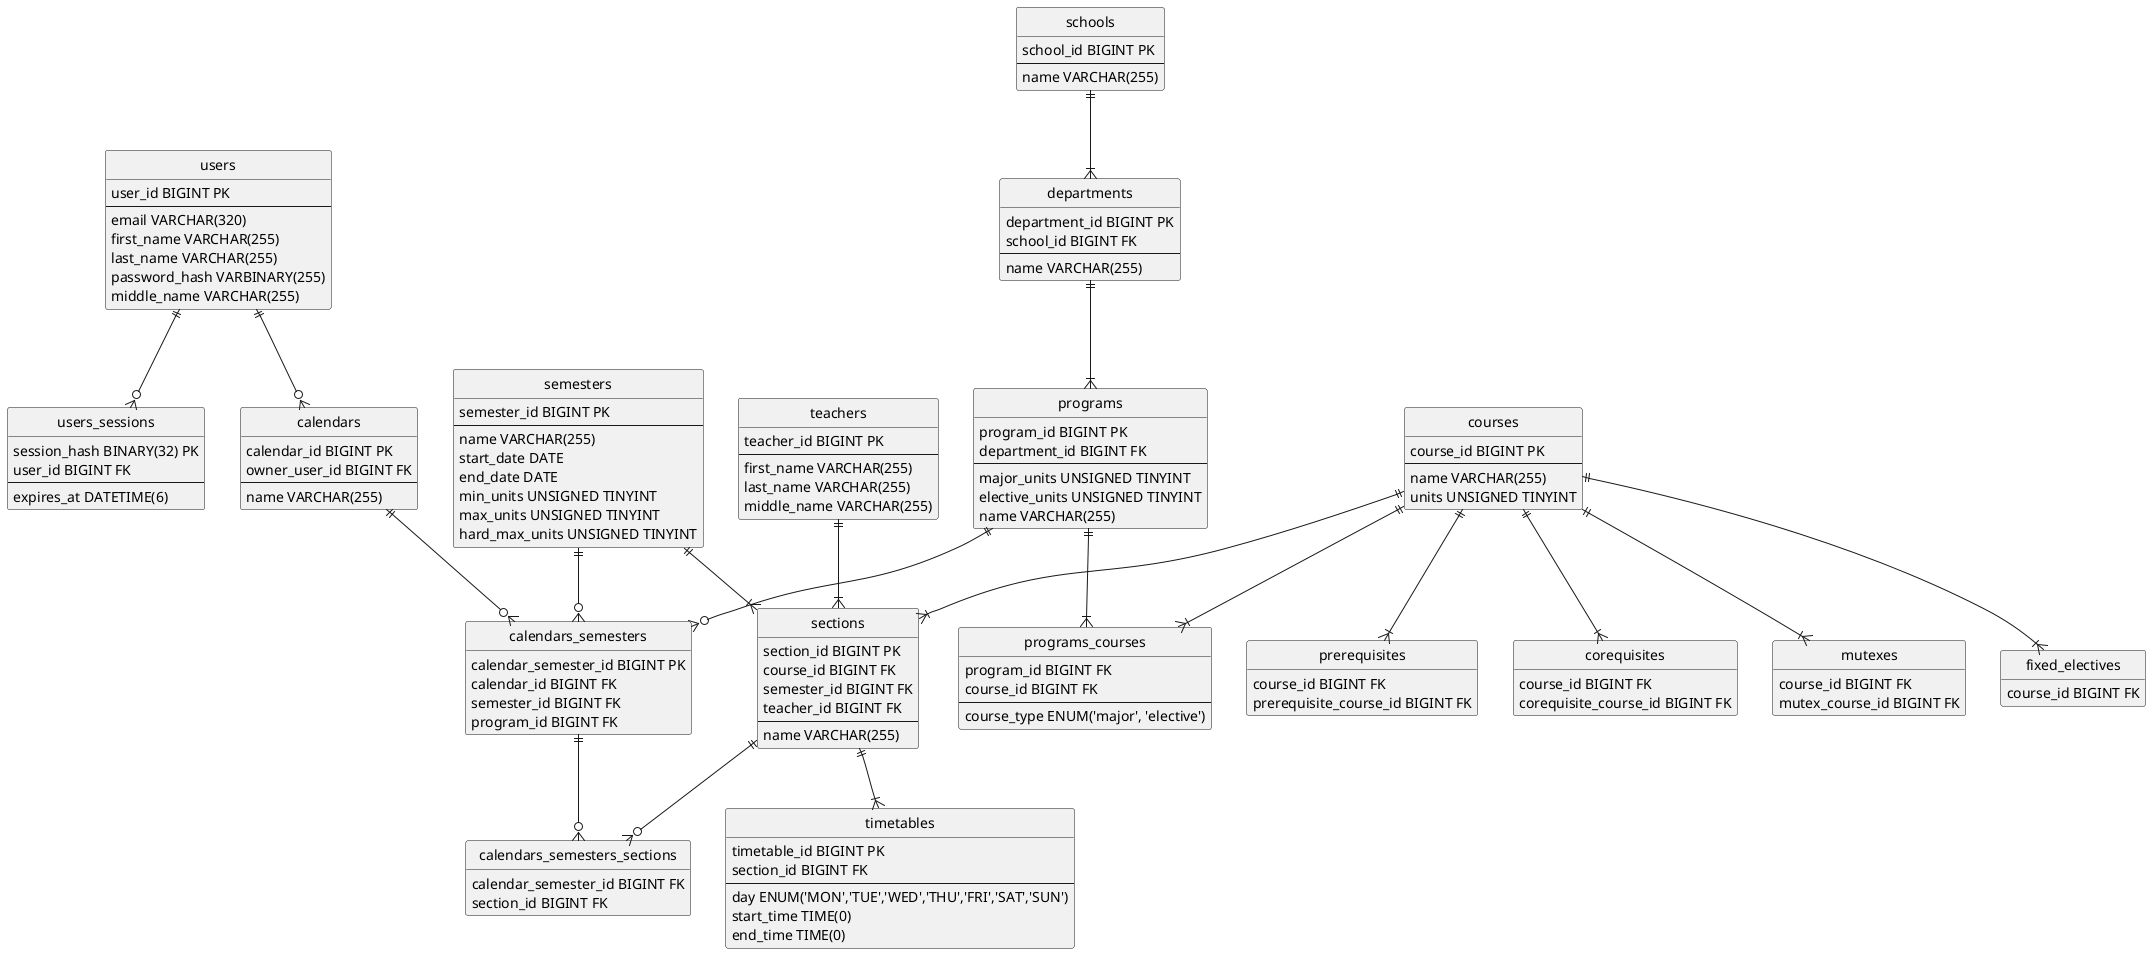
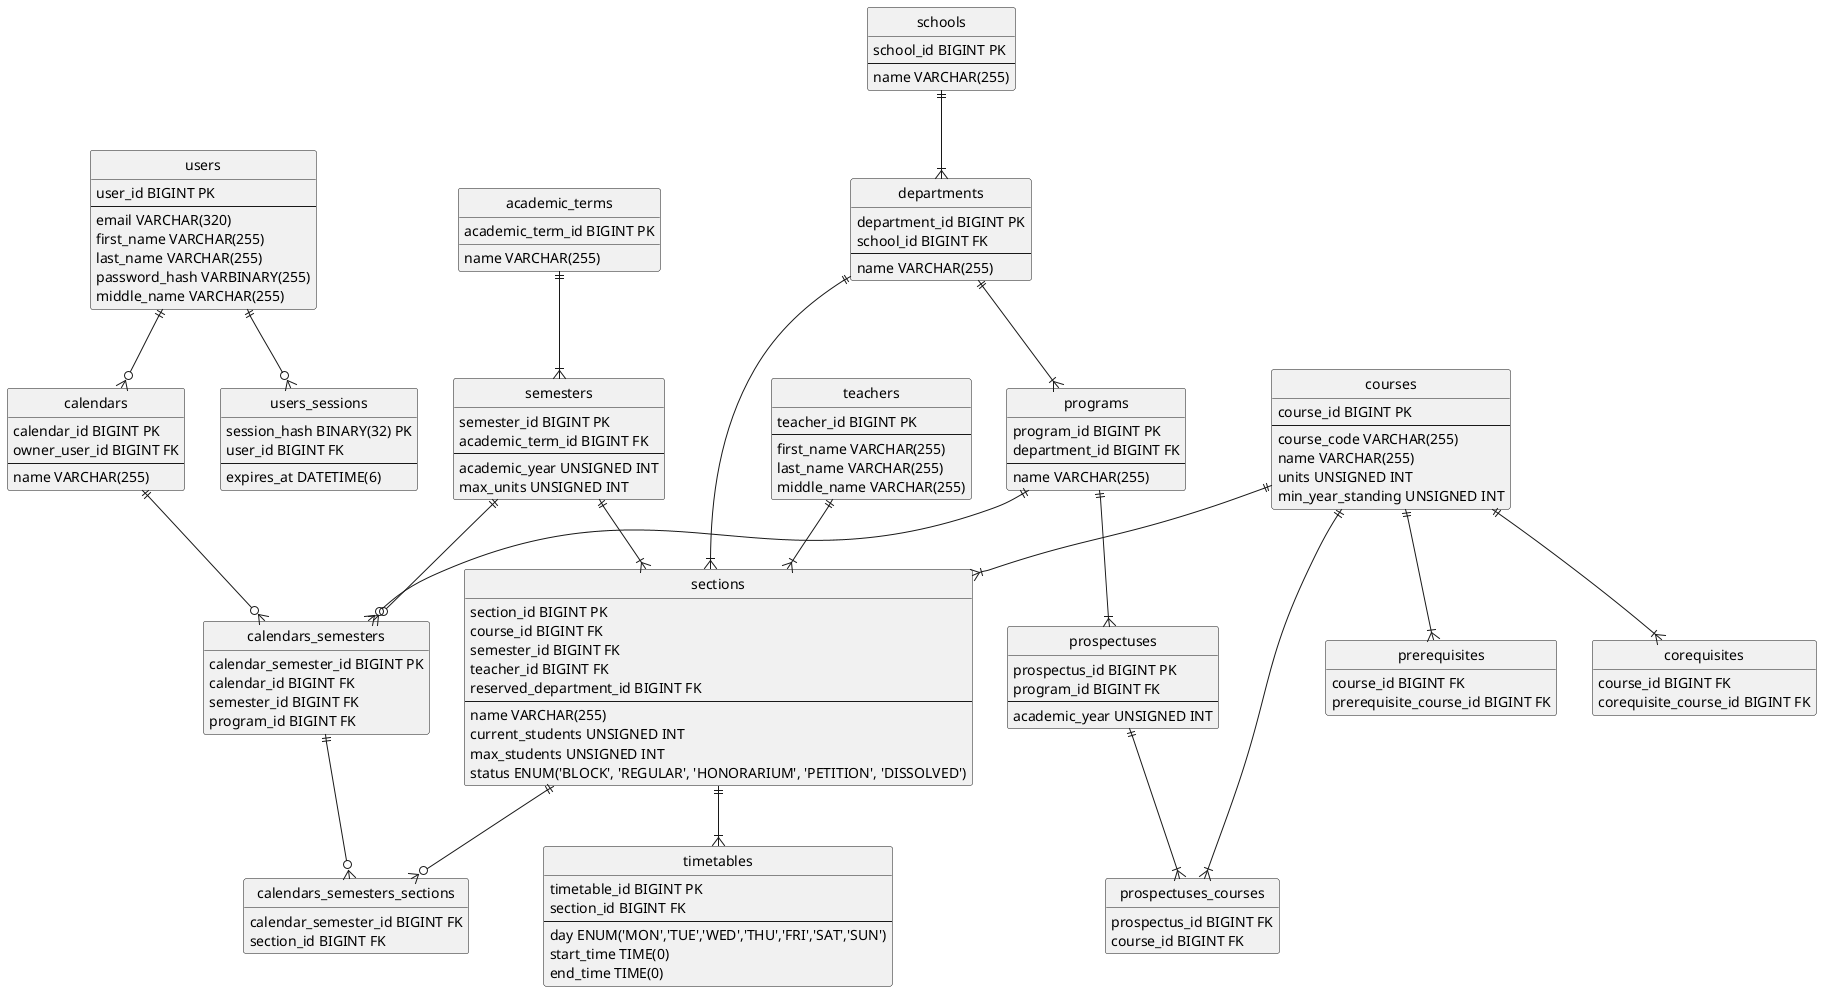
@startuml
hide circle
hide empty members

entity users {
	user_id BIGINT PK
	--
	email VARCHAR(320)
	first_name VARCHAR(255)
	last_name VARCHAR(255)
	password_hash VARBINARY(255)
	middle_name VARCHAR(255)
}

entity users_sessions {
    session_hash BINARY(32) PK
	user_id BIGINT FK
	--
	expires_at DATETIME(6)
}

entity teachers {
    teacher_id BIGINT PK
    --
    first_name VARCHAR(255)
	last_name VARCHAR(255)
	middle_name VARCHAR(255)
}

entity schools {
    school_id BIGINT PK
    --
    name VARCHAR(255)
}

entity departments {
    department_id BIGINT PK
    school_id BIGINT FK
    --
    name VARCHAR(255)
}

+ entity academic_terms {
+     academic_term_id BIGINT PK
+     name VARCHAR(255)
+ }
+ 
entity semesters {
	semester_id BIGINT PK
+ 	academic_term_id BIGINT FK
	--
- 	name VARCHAR(255)
- 	start_date DATE
- 	end_date DATE
- 	min_units UNSIGNED TINYINT
- 	max_units UNSIGNED TINYINT
- 	hard_max_units UNSIGNED TINYINT
+ 	academic_year UNSIGNED INT
+ 	max_units UNSIGNED INT
}

entity programs {
    program_id BIGINT PK
    department_id BIGINT FK
    --
-     major_units UNSIGNED TINYINT
-     elective_units UNSIGNED TINYINT
    name VARCHAR(255)
}

entity courses {
    course_id BIGINT PK
    --
+     course_code VARCHAR(255)
    name VARCHAR(255)
- 	units UNSIGNED TINYINT
- }
- 
- entity fixed_electives {
-     course_id BIGINT FK
+ 	units UNSIGNED INT
+ 	min_year_standing UNSIGNED INT
}

entity prerequisites {
    course_id BIGINT FK
    prerequisite_course_id BIGINT FK
}

entity corequisites {
    course_id BIGINT FK
    corequisite_course_id BIGINT FK
}

- entity mutexes {
-     course_id BIGINT FK
-     mutex_course_id BIGINT FK
+ entity prospectuses {
+     prospectus_id BIGINT PK
+     program_id BIGINT FK
+     --
+ 	academic_year UNSIGNED INT
}

- entity programs_courses {
-     program_id BIGINT FK
+ entity prospectuses_courses {
+     prospectus_id BIGINT FK
    course_id BIGINT FK
-     --
-     course_type ENUM('major', 'elective')
}

entity sections {
    section_id BIGINT PK
    course_id BIGINT FK
    semester_id BIGINT FK
    teacher_id BIGINT FK
+     reserved_department_id BIGINT FK
    --
	name VARCHAR(255)
+     current_students UNSIGNED INT
+     max_students UNSIGNED INT
+     status ENUM('BLOCK', 'REGULAR', 'HONORARIUM', 'PETITION', 'DISSOLVED')
}

entity timetables {
    timetable_id BIGINT PK
    section_id BIGINT FK
    --
    day ENUM('MON','TUE','WED','THU','FRI','SAT','SUN')
    start_time TIME(0)
    end_time TIME(0)
}

entity calendars {
	calendar_id BIGINT PK
	owner_user_id BIGINT FK
	--
	name VARCHAR(255)
}

entity calendars_semesters {
    calendar_semester_id BIGINT PK
    calendar_id BIGINT FK
    semester_id BIGINT FK
    program_id BIGINT FK
}

entity calendars_semesters_sections {
    calendar_semester_id BIGINT FK
    section_id BIGINT FK
}

users ||--o{ users_sessions
users ||--o{ calendars
schools ||--|{ departments
departments ||--|{ programs
- programs ||--|{ programs_courses
- courses ||--|{ programs_courses
+ departments ||--|{ sections
+ programs ||--|{ prospectuses
+ prospectuses ||--|{ prospectuses_courses
+ courses ||--|{ prospectuses_courses
courses ||--|{ sections
- courses ||--|{ fixed_electives
courses ||--|{ prerequisites
courses ||--|{ corequisites
- courses ||--|{ mutexes
semesters ||--|{ sections
+ academic_terms ||--|{ semesters
teachers ||--|{ sections
calendars ||--o{ calendars_semesters
semesters ||--o{ calendars_semesters
programs ||--o{ calendars_semesters
calendars_semesters ||--o{ calendars_semesters_sections
sections ||--o{ calendars_semesters_sections
sections ||--|{ timetables

@enduml
